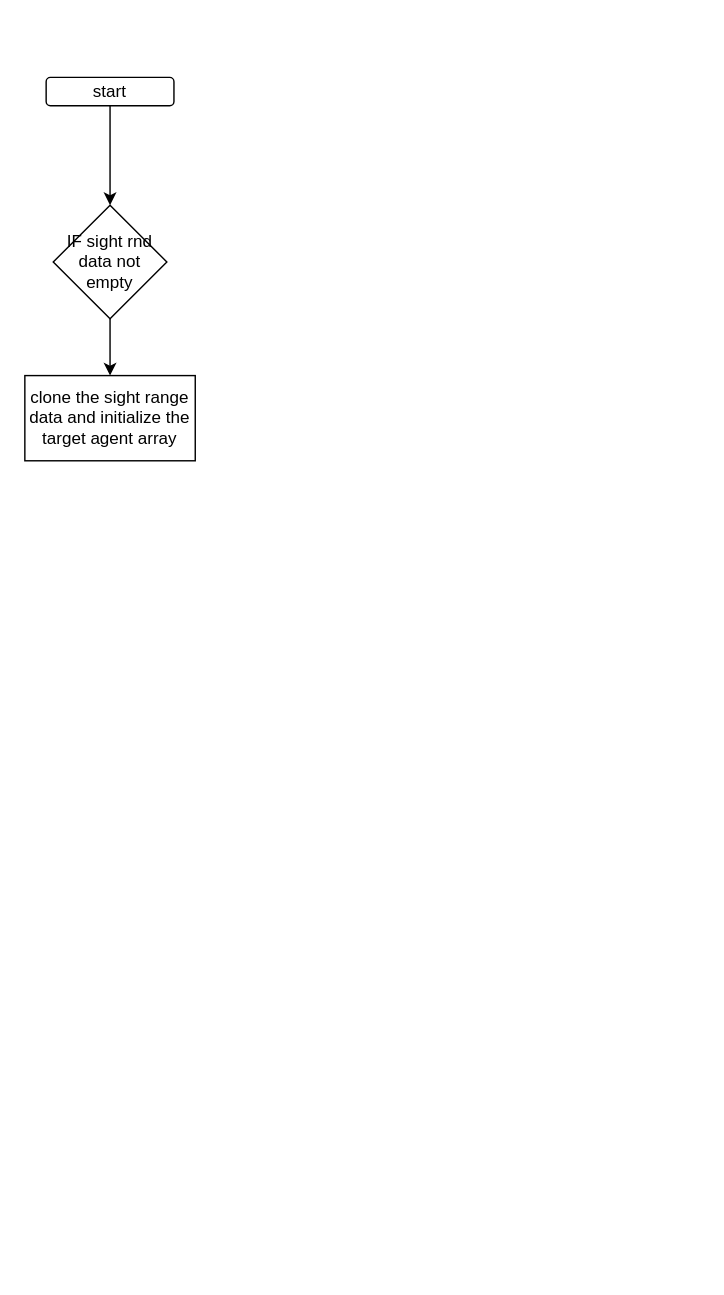
Above: agentIdentify/identifyTarget.drawio in sivagit/diagrams (draw.io), before the change. Source tidied: cells renumbered, new cells numbered last; positions are measured from the earlier drawing's top-left corner, leaving out a move shared by most shapes. Both pictures are drawn from the tidied source at 142%, with x=0, y=0 at pixel (24, 77).
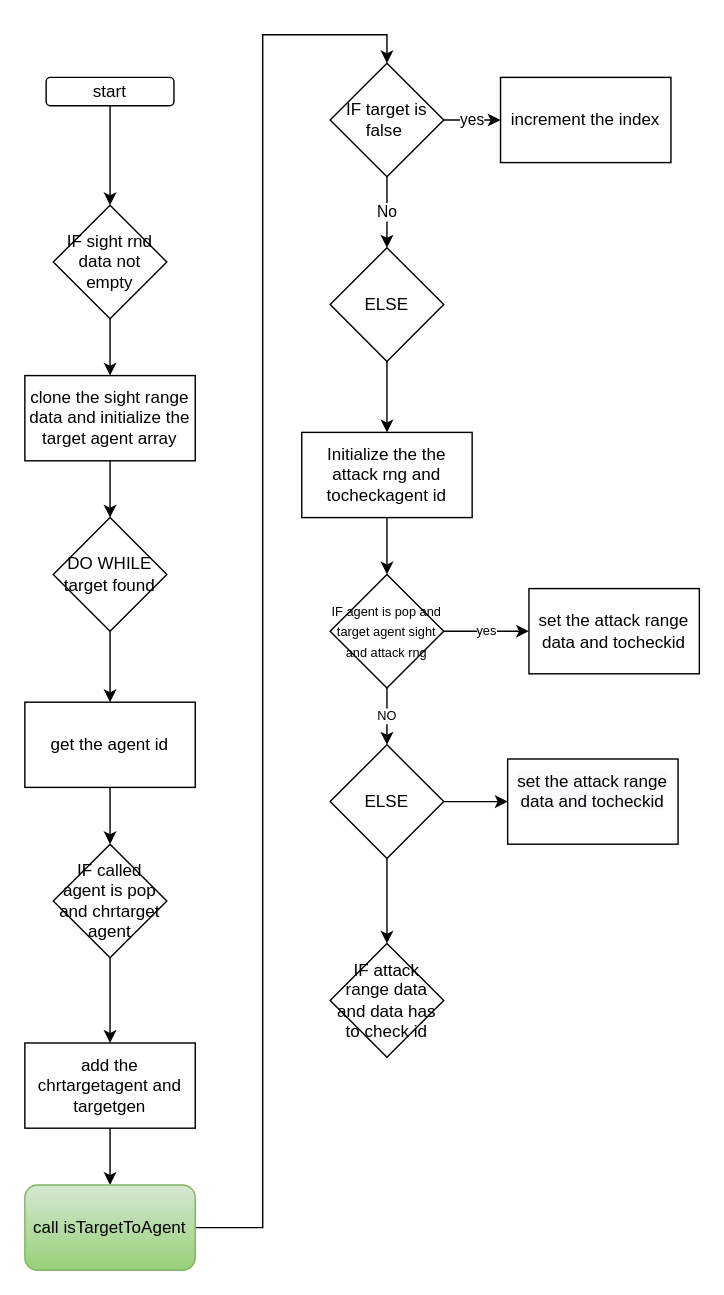
After the change.

Unchanged cells that the change refers to:
```xml
<mxCell id="6" value="clone the sight range data and initialize the target agent array" style="whiteSpace=wrap;html=1;" parent="1" vertex="1">
  <mxGeometry y="210" width="120" height="60" as="geometry" />
</mxCell>
```

What changed in the source:
```diff
@@
+    <mxCell id="7" style="edgeStyle=orthogonalEdgeStyle;rounded=0;jettySize=auto;html=1;" parent="1" edge="1" source="6" target="9">
+      <mxGeometry relative="1" as="geometry" />
+    </mxCell>
@@
+    <mxCell id="8" style="edgeStyle=orthogonalEdgeStyle;rounded=0;jettySize=auto;html=1;" parent="1" edge="1" source="9" target="11">
+      <mxGeometry relative="1" as="geometry" />
+    </mxCell>
+    <mxCell id="9" value="DO WHILE target found" style="rhombus;whiteSpace=wrap;html=1;" parent="1" vertex="1">
+      <mxGeometry x="20" y="310" width="80" height="80" as="geometry" />
+    </mxCell>
+    <mxCell id="10" style="edgeStyle=orthogonalEdgeStyle;rounded=0;jettySize=auto;html=1;" parent="1" edge="1" source="11" target="13">
+      <mxGeometry relative="1" as="geometry" />
+    </mxCell>
+    <mxCell id="11" value="get the agent id" style="whiteSpace=wrap;html=1;" parent="1" vertex="1">
+      <mxGeometry y="440" width="120" height="60" as="geometry" />
+    </mxCell>
+    <mxCell id="12" style="edgeStyle=orthogonalEdgeStyle;rounded=0;jettySize=auto;html=1;" parent="1" edge="1" source="13" target="15">
+      <mxGeometry relative="1" as="geometry" />
+    </mxCell>
+    <mxCell id="13" value="IF called agent is pop and chrtarget agent" style="rhombus;whiteSpace=wrap;html=1;" parent="1" vertex="1">
+      <mxGeometry x="20" y="540" width="80" height="80" as="geometry" />
+    </mxCell>
+    <mxCell id="14" style="edgeStyle=orthogonalEdgeStyle;rounded=0;jettySize=auto;html=1;" parent="1" edge="1" source="15" target="17">
+      <mxGeometry relative="1" as="geometry" />
+    </mxCell>
+    <mxCell id="15" value="add the chrtargetagent and targetgen" style="whiteSpace=wrap;html=1;" parent="1" vertex="1">
+      <mxGeometry y="680" width="120" height="60" as="geometry" />
+    </mxCell>
+    <mxCell id="16" style="edgeStyle=orthogonalEdgeStyle;rounded=0;jettySize=auto;html=1;entryX=0.5;entryY=0;entryDx=0;entryDy=0;" parent="1" edge="1" source="17" target="20">
+      <mxGeometry relative="1" as="geometry" />
+    </mxCell>
+    <mxCell id="17" value="call&amp;nbsp;isTargetToAgent" style="rounded=1;whiteSpace=wrap;html=1;fillColor=#d5e8d4;gradientColor=#97d077;strokeColor=#82b366;" parent="1" vertex="1">
+      <mxGeometry y="780" width="120" height="60" as="geometry" />
+    </mxCell>
+    <mxCell id="18" value="yes" style="edgeStyle=orthogonalEdgeStyle;rounded=0;jettySize=auto;html=1;" parent="1" edge="1" source="20" target="21">
+      <mxGeometry relative="1" as="geometry" />
+    </mxCell>
+    <mxCell id="19" value="No" style="edgeStyle=orthogonalEdgeStyle;rounded=0;jettySize=auto;html=1;" parent="1" edge="1" source="20" target="23">
+      <mxGeometry relative="1" as="geometry" />
+    </mxCell>
+    <mxCell id="20" value="IF target is false&amp;nbsp;" style="rhombus;whiteSpace=wrap;html=1;" parent="1" vertex="1">
+      <mxGeometry x="215" y="-10" width="80" height="80" as="geometry" />
+    </mxCell>
+    <mxCell id="21" value="increment the index" style="whiteSpace=wrap;html=1;" parent="1" vertex="1">
+      <mxGeometry x="335" width="120" height="60" as="geometry" />
+    </mxCell>
+    <mxCell id="22" style="edgeStyle=orthogonalEdgeStyle;rounded=0;jettySize=auto;html=1;" parent="1" edge="1" source="23" target="25">
+      <mxGeometry relative="1" as="geometry" />
+    </mxCell>
+    <mxCell id="23" value="ELSE" style="rhombus;whiteSpace=wrap;html=1;" parent="1" vertex="1">
+      <mxGeometry x="215" y="120" width="80" height="80" as="geometry" />
+    </mxCell>
+    <mxCell id="24" style="edgeStyle=orthogonalEdgeStyle;rounded=0;jettySize=auto;html=1;" parent="1" edge="1" source="25" target="28">
+      <mxGeometry relative="1" as="geometry" />
+    </mxCell>
+    <mxCell id="25" value="Initialize the the attack rng and tocheckagent id" style="whiteSpace=wrap;html=1;" parent="1" vertex="1">
+      <mxGeometry x="195" y="250" width="120" height="60" as="geometry" />
+    </mxCell>
+    <mxCell id="26" value="yes" style="edgeStyle=orthogonalEdgeStyle;rounded=0;jettySize=auto;html=1;fontSize=9;" parent="1" edge="1" source="28" target="29">
+      <mxGeometry relative="1" as="geometry" />
+    </mxCell>
+    <mxCell id="27" value="NO" style="edgeStyle=orthogonalEdgeStyle;rounded=0;jettySize=auto;html=1;fontSize=9;" parent="1" edge="1" source="28" target="32">
+      <mxGeometry relative="1" as="geometry" />
+    </mxCell>
+    <mxCell id="28" value="&lt;font style=&quot;font-size: 9px;&quot;&gt;IF agent is pop and target agent sight and attack rng&lt;/font&gt;" style="rhombus;whiteSpace=wrap;html=1;" parent="1" vertex="1">
+      <mxGeometry x="215" y="350" width="80" height="80" as="geometry" />
+    </mxCell>
+    <mxCell id="29" value="set the attack range data and tocheckid" style="whiteSpace=wrap;html=1;" parent="1" vertex="1">
+      <mxGeometry x="355" y="360" width="120" height="60" as="geometry" />
+    </mxCell>
+    <mxCell id="30" style="edgeStyle=orthogonalEdgeStyle;rounded=0;jettySize=auto;html=1;fontSize=9;" parent="1" edge="1" source="32" target="33">
+      <mxGeometry relative="1" as="geometry" />
+    </mxCell>
+    <mxCell id="31" style="edgeStyle=orthogonalEdgeStyle;rounded=0;jettySize=auto;html=1;fontSize=9;" parent="1" edge="1" source="32" target="34">
+      <mxGeometry relative="1" as="geometry" />
+    </mxCell>
+    <mxCell id="32" value="ELSE" style="rhombus;whiteSpace=wrap;html=1;" parent="1" vertex="1">
+      <mxGeometry x="215" y="470" width="80" height="80" as="geometry" />
+    </mxCell>
+    <mxCell id="33" value="&#10;&lt;span style=&quot;color: rgb(0, 0, 0); font-family: Helvetica; font-size: 12px; font-style: normal; font-variant-ligatures: normal; font-variant-caps: normal; font-weight: 400; letter-spacing: normal; orphans: 2; text-align: center; text-indent: 0px; text-transform: none; widows: 2; word-spacing: 0px; -webkit-text-stroke-width: 0px; background-color: rgb(248, 249, 250); text-decoration-thickness: initial; text-decoration-style: initial; text-decoration-color: initial; float: none; display: inline !important;&quot;&gt;set the attack range data and tocheckid&lt;/span&gt;&#10;&#10;" style="whiteSpace=wrap;html=1;" parent="1" vertex="1">
+      <mxGeometry x="340" y="480" width="120" height="60" as="geometry" />
+    </mxCell>
+    <mxCell id="34" value="IF attack range data and data has to check id" style="rhombus;whiteSpace=wrap;html=1;" parent="1" vertex="1">
+      <mxGeometry x="215" y="610" width="80" height="80" as="geometry" />
+    </mxCell>
```
